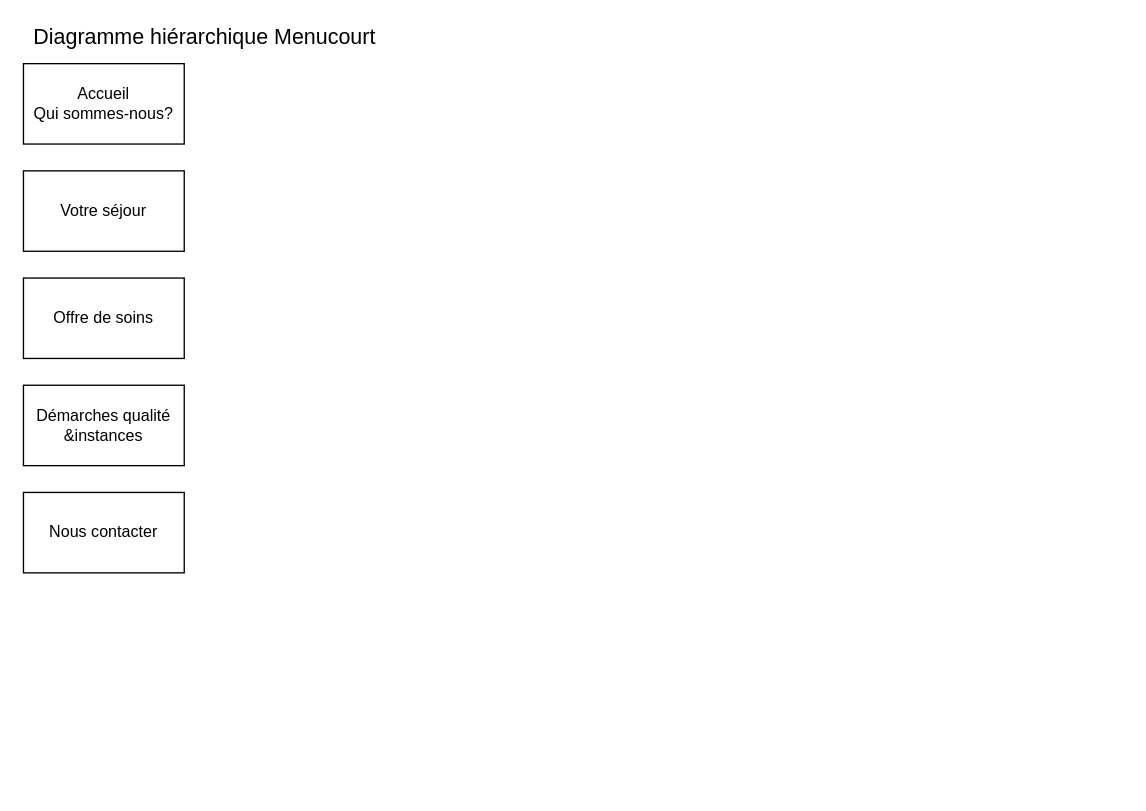
This is Untitled Diagram.drawio from tchouky/tchouky, a draw.io file, before an edit. Source tidied: cells renumbered, new cells numbered last; positions are measured from the earlier drawing's top-left corner, leaving out a move shared by most shapes. Both pictures are drawn from the tidied source at 134%, with x=0, y=0 at pixel (23, 23).
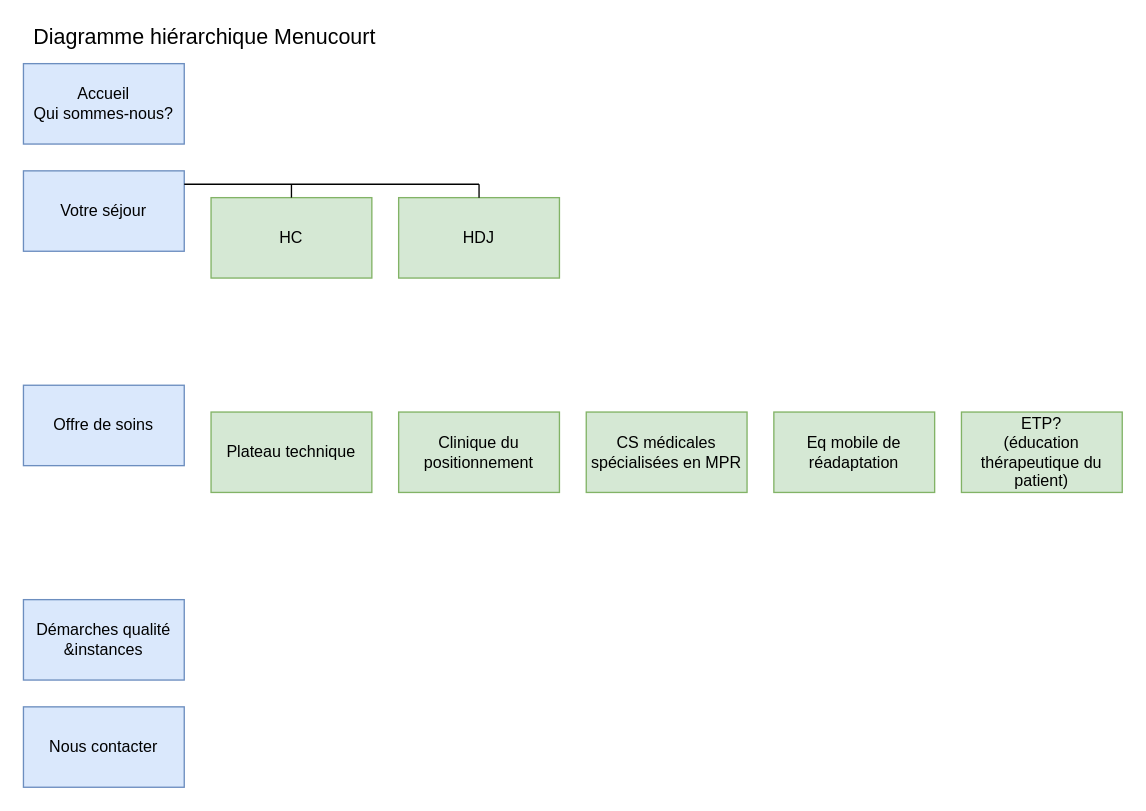
The same page after the edit.

What changed in the source:
```diff
@@
-    <mxCell id="2" value="&lt;div&gt;Accueil&lt;/div&gt;&lt;div&gt;Qui sommes-nous?&lt;br&gt;&lt;/div&gt;" style="rounded=0;whiteSpace=wrap;html=1;" parent="1" vertex="1">
+    <mxCell id="2" value="&lt;div&gt;Accueil&lt;/div&gt;&lt;div&gt;Qui sommes-nous?&lt;br&gt;&lt;/div&gt;" style="rounded=0;whiteSpace=wrap;html=1;fillColor=#dae8fc;strokeColor=#6c8ebf;" parent="1" vertex="1">
       <mxGeometry y="30" width="120" height="60" as="geometry" />
     </mxCell>
-    <mxCell id="3" value="Votre séjour" style="rounded=0;whiteSpace=wrap;html=1;" parent="1" vertex="1">
+    <mxCell id="3" value="Votre séjour" style="rounded=0;whiteSpace=wrap;html=1;fillColor=#dae8fc;strokeColor=#6c8ebf;" parent="1" vertex="1">
       <mxGeometry y="110" width="120" height="60" as="geometry" />
     </mxCell>
-    <mxCell id="4" value="Offre de soins" style="rounded=0;whiteSpace=wrap;html=1;" parent="1" vertex="1">
-      <mxGeometry y="190" width="120" height="60" as="geometry" />
+    <mxCell id="4" value="Offre de soins" style="rounded=0;whiteSpace=wrap;html=1;fillColor=#dae8fc;strokeColor=#6c8ebf;" parent="1" vertex="1">
+      <mxGeometry y="270" width="120" height="60" as="geometry" />
     </mxCell>
@@
-    <mxCell id="6" value="Démarches qualité &amp;amp;instances" style="rounded=0;whiteSpace=wrap;html=1;" parent="1" vertex="1">
-      <mxGeometry y="270" width="120" height="60" as="geometry" />
+    <mxCell id="6" value="Démarches qualité &amp;amp;instances" style="rounded=0;whiteSpace=wrap;html=1;fillColor=#dae8fc;strokeColor=#6c8ebf;" parent="1" vertex="1">
+      <mxGeometry y="430" width="120" height="60" as="geometry" />
     </mxCell>
-    <mxCell id="7" value="Nous contacter" style="rounded=0;whiteSpace=wrap;html=1;" parent="1" vertex="1">
-      <mxGeometry y="350" width="120" height="60" as="geometry" />
+    <mxCell id="7" value="Nous contacter" style="rounded=0;whiteSpace=wrap;html=1;fillColor=#dae8fc;strokeColor=#6c8ebf;" parent="1" vertex="1">
+      <mxGeometry y="510" width="120" height="60" as="geometry" />
     </mxCell>
+    <mxCell id="8" value="HC" style="rounded=0;whiteSpace=wrap;html=1;fillColor=#d5e8d4;strokeColor=#82b366;" parent="1" vertex="1">
+      <mxGeometry x="140" y="130" width="120" height="60" as="geometry" />
+    </mxCell>
+    <mxCell id="9" value="HDJ" style="rounded=0;whiteSpace=wrap;html=1;fillColor=#d5e8d4;strokeColor=#82b366;" parent="1" vertex="1">
+      <mxGeometry x="280" y="130" width="120" height="60" as="geometry" />
+    </mxCell>
+    <mxCell id="10" value="Plateau technique" style="rounded=0;whiteSpace=wrap;html=1;fillColor=#d5e8d4;strokeColor=#82b366;" parent="1" vertex="1">
+      <mxGeometry x="140" y="290" width="120" height="60" as="geometry" />
+    </mxCell>
+    <mxCell id="11" value="Clinique du positionnement" style="rounded=0;whiteSpace=wrap;html=1;fillColor=#d5e8d4;strokeColor=#82b366;" parent="1" vertex="1">
+      <mxGeometry x="280" y="290" width="120" height="60" as="geometry" />
+    </mxCell>
+    <mxCell id="12" value="CS médicales spécialisées en MPR" style="rounded=0;whiteSpace=wrap;html=1;fillColor=#d5e8d4;strokeColor=#82b366;" parent="1" vertex="1">
+      <mxGeometry x="420" y="290" width="120" height="60" as="geometry" />
+    </mxCell>
+    <mxCell id="13" value="Eq mobile de réadaptation" style="rounded=0;whiteSpace=wrap;html=1;fillColor=#d5e8d4;strokeColor=#82b366;" parent="1" vertex="1">
+      <mxGeometry x="560" y="290" width="120" height="60" as="geometry" />
+    </mxCell>
+    <mxCell id="14" value="&lt;div&gt;ETP?&lt;/div&gt;&lt;div&gt;(éducation thérapeutique du patient)&lt;br&gt;&lt;/div&gt;" style="rounded=0;whiteSpace=wrap;html=1;fillColor=#d5e8d4;strokeColor=#82b366;" parent="1" vertex="1">
+      <mxGeometry x="700" y="290" width="120" height="60" as="geometry" />
+    </mxCell>
+    <mxCell id="15" style="endArrow=none;html=1;" parent="1" edge="1">
+      <mxGeometry relative="1" as="geometry">
+        <mxPoint x="120" y="120" as="sourcePoint" />
+        <mxPoint x="340" y="120" as="targetPoint" />
+      </mxGeometry>
+    </mxCell>
+    <mxCell id="16" style="endArrow=none;html=1;exitX=0.5;exitY=0;exitDx=0;exitDy=0;" parent="1" edge="1" source="8">
+      <mxGeometry relative="1" as="geometry">
+        <mxPoint x="200" y="120" as="targetPoint" />
+      </mxGeometry>
+    </mxCell>
+    <mxCell id="17" style="endArrow=none;html=1;exitX=0.5;exitY=0;exitDx=0;exitDy=0;" parent="1" edge="1" source="9">
+      <mxGeometry relative="1" as="geometry">
+        <mxPoint x="340" y="120" as="targetPoint" />
+      </mxGeometry>
+    </mxCell>
```
